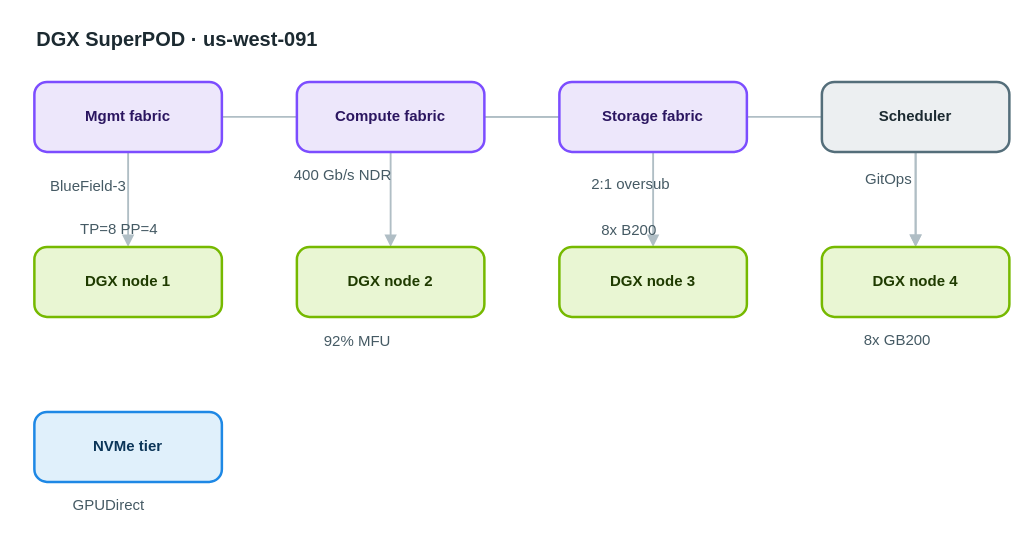
Before: apps/web/public/samples/library/091-dgx-superpod.drawio in AryanG01/open-apprentice, a draw.io diagram. Source tidied: cells renumbered, new cells numbered last; positions are measured from the earlier drawing's top-left corner, leaving out a move shared by most shapes. Both pictures are drawn from the tidied source at 125%, with x=0, y=0 at pixel (34, 21).
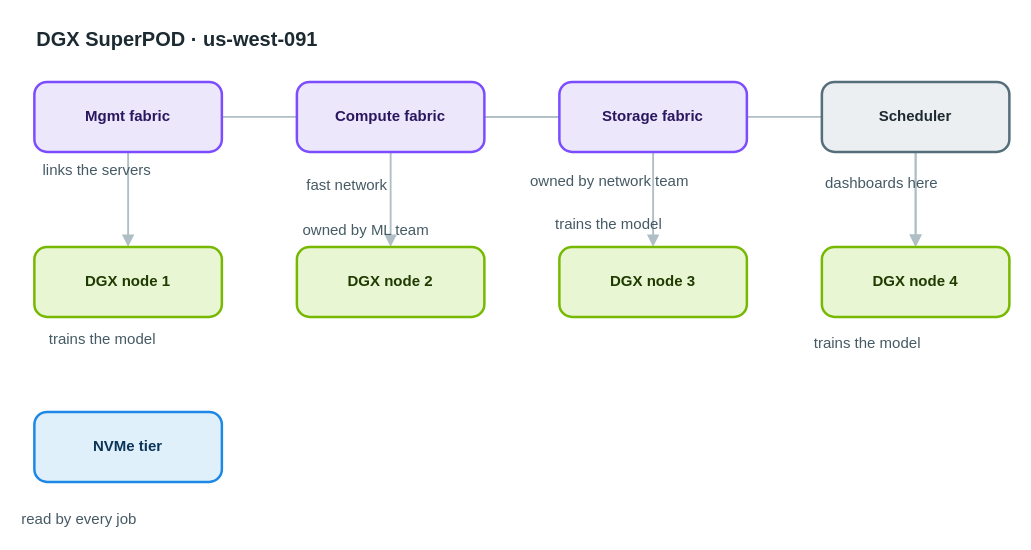
Above is the later version.

Change to the diagram source:
```diff
@@
-    <mxCell id="17" value="BlueField-3" style="text;html=1;align=left;verticalAlign=top;whiteSpace=nowrap;spacing=0;spacingTop=0;strokeColor=none;fillColor=none;fontSize=12;fontColor=#455a64;" parent="1" vertex="1">
-      <mxGeometry x="13" y="120" width="89" height="20" as="geometry" />
+    <mxCell id="17" value="links the servers" style="text;html=1;align=left;verticalAlign=top;whiteSpace=nowrap;spacing=0;spacingTop=0;strokeColor=none;fillColor=none;fontSize=12;fontColor=#455a64;" parent="1" vertex="1">
+      <mxGeometry x="7" y="107" width="131" height="20" as="geometry" />
     </mxCell>
-    <mxCell id="18" value="400 Gb/s NDR" style="text;html=1;align=left;verticalAlign=top;whiteSpace=nowrap;spacing=0;spacingTop=0;strokeColor=none;fillColor=none;fontSize=12;fontColor=#455a64;" parent="1" vertex="1">
-      <mxGeometry x="208" y="111" width="96" height="20" as="geometry" />
+    <mxCell id="18" value="fast network" style="text;html=1;align=left;verticalAlign=top;whiteSpace=nowrap;spacing=0;spacingTop=0;strokeColor=none;fillColor=none;fontSize=12;fontColor=#455a64;" parent="1" vertex="1">
+      <mxGeometry x="218" y="119" width="96" height="20" as="geometry" />
     </mxCell>
-    <mxCell id="19" value="2:1 oversub" style="text;html=1;align=left;verticalAlign=top;whiteSpace=nowrap;spacing=0;spacingTop=0;strokeColor=none;fillColor=none;fontSize=12;fontColor=#455a64;" parent="1" vertex="1">
-      <mxGeometry x="446" y="118" width="89" height="20" as="geometry" />
+    <mxCell id="19" value="owned by network team" style="text;html=1;align=left;verticalAlign=top;whiteSpace=nowrap;spacing=0;spacingTop=0;strokeColor=none;fillColor=none;fontSize=12;fontColor=#455a64;" parent="1" vertex="1">
+      <mxGeometry x="397" y="116" width="159" height="20" as="geometry" />
     </mxCell>
-    <mxCell id="20" value="TP=8 PP=4" style="text;html=1;align=left;verticalAlign=top;whiteSpace=nowrap;spacing=0;spacingTop=0;strokeColor=none;fillColor=none;fontSize=12;fontColor=#455a64;" parent="1" vertex="1">
-      <mxGeometry x="37" y="154" width="75" height="20" as="geometry" />
+    <mxCell id="20" value="trains the model" style="text;html=1;align=left;verticalAlign=top;whiteSpace=nowrap;spacing=0;spacingTop=0;strokeColor=none;fillColor=none;fontSize=12;fontColor=#455a64;" parent="1" vertex="1">
+      <mxGeometry x="12" y="242" width="124" height="20" as="geometry" />
     </mxCell>
-    <mxCell id="21" value="92% MFU" style="text;html=1;align=left;verticalAlign=top;whiteSpace=nowrap;spacing=0;spacingTop=0;strokeColor=none;fillColor=none;fontSize=12;fontColor=#455a64;" parent="1" vertex="1">
-      <mxGeometry x="232" y="244" width="61" height="20" as="geometry" />
+    <mxCell id="21" value="owned by ML team" style="text;html=1;align=left;verticalAlign=top;whiteSpace=nowrap;spacing=0;spacingTop=0;strokeColor=none;fillColor=none;fontSize=12;fontColor=#455a64;" parent="1" vertex="1">
+      <mxGeometry x="215" y="155" width="124" height="20" as="geometry" />
     </mxCell>
-    <mxCell id="22" value="8x B200" style="text;html=1;align=left;verticalAlign=top;whiteSpace=nowrap;spacing=0;spacingTop=0;strokeColor=none;fillColor=none;fontSize=12;fontColor=#455a64;" parent="1" vertex="1">
-      <mxGeometry x="454" y="155" width="61" height="20" as="geometry" />
+    <mxCell id="22" value="trains the model" style="text;html=1;align=left;verticalAlign=top;whiteSpace=nowrap;spacing=0;spacingTop=0;strokeColor=none;fillColor=none;fontSize=12;fontColor=#455a64;" parent="1" vertex="1">
+      <mxGeometry x="417" y="150" width="124" height="20" as="geometry" />
     </mxCell>
-    <mxCell id="23" value="8x GB200" style="text;html=1;align=left;verticalAlign=top;whiteSpace=nowrap;spacing=0;spacingTop=0;strokeColor=none;fillColor=none;fontSize=12;fontColor=#455a64;" parent="1" vertex="1">
-      <mxGeometry x="664" y="243" width="68" height="20" as="geometry" />
+    <mxCell id="23" value="trains the model" style="text;html=1;align=left;verticalAlign=top;whiteSpace=nowrap;spacing=0;spacingTop=0;strokeColor=none;fillColor=none;fontSize=12;fontColor=#455a64;" parent="1" vertex="1">
+      <mxGeometry x="624" y="245" width="124" height="20" as="geometry" />
     </mxCell>
-    <mxCell id="24" value="GPUDirect" style="text;html=1;align=left;verticalAlign=top;whiteSpace=nowrap;spacing=0;spacingTop=0;strokeColor=none;fillColor=none;fontSize=12;fontColor=#455a64;" parent="1" vertex="1">
-      <mxGeometry x="31" y="375" width="75" height="20" as="geometry" />
+    <mxCell id="24" value="read by every job" style="text;html=1;align=left;verticalAlign=top;whiteSpace=nowrap;spacing=0;spacingTop=0;strokeColor=none;fillColor=none;fontSize=12;fontColor=#455a64;" parent="1" vertex="1">
+      <mxGeometry x="-10" y="386" width="131" height="20" as="geometry" />
     </mxCell>
-    <mxCell id="25" value="GitOps" style="text;html=1;align=left;verticalAlign=top;whiteSpace=nowrap;spacing=0;spacingTop=0;strokeColor=none;fillColor=none;fontSize=12;fontColor=#455a64;" parent="1" vertex="1">
-      <mxGeometry x="665" y="114" width="54" height="20" as="geometry" />
+    <mxCell id="25" value="dashboards here" style="text;html=1;align=left;verticalAlign=top;whiteSpace=nowrap;spacing=0;spacingTop=0;strokeColor=none;fillColor=none;fontSize=12;fontColor=#455a64;" parent="1" vertex="1">
+      <mxGeometry x="633" y="117" width="117" height="20" as="geometry" />
     </mxCell>
```
